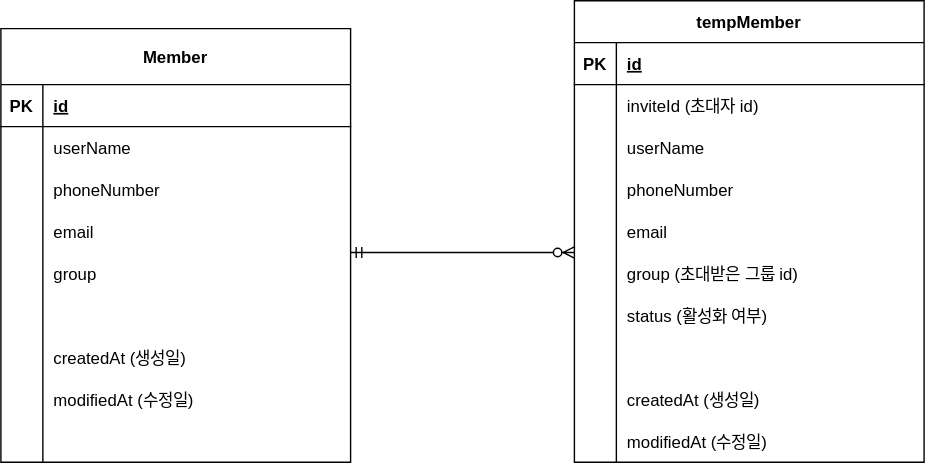
Before: document/reservetable-erd.svg, a diagram exported from draw.io (hyerinnn/reservetable). Source tidied: cells renumbered, new cells last; positions are measured from the earlier drawing's top-left corner, leaving out a move shared by most shapes.
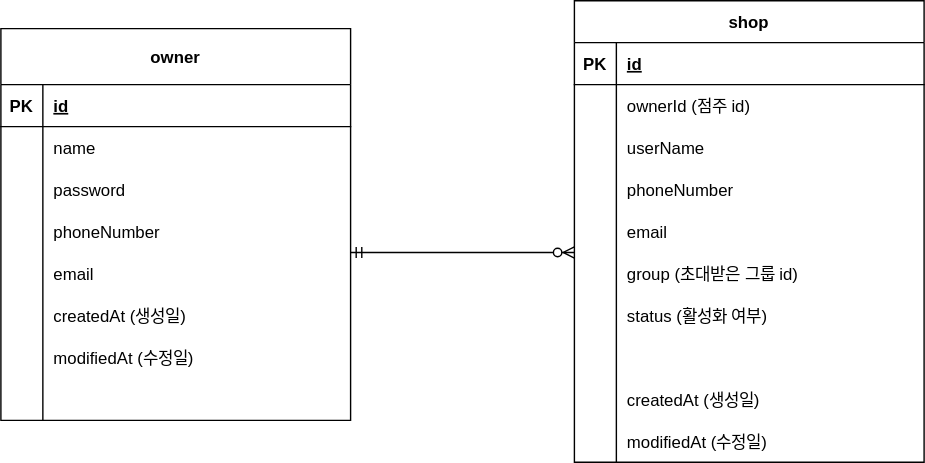
After the change.

What changed in the source:
```diff
@@ -2,8 +2,8 @@
   <root>
     <mxCell id="0" />
     <mxCell id="1" parent="0" />
-    <mxCell id="2" value="Member" style="shape=table;startSize=40;rowLines=0;fontStyle=1;align=center;" parent="1" vertex="1">
-      <mxGeometry y="20" width="250" height="310" as="geometry" />
+    <mxCell id="2" value="owner" style="shape=table;startSize=40;rowLines=0;fontStyle=1;align=center;" parent="1" vertex="1">
+      <mxGeometry y="20" width="250" height="280" as="geometry" />
     </mxCell>
     <mxCell id="3" style="shape=partialRectangle;fillColor=none;top=0;left=0;right=0;bottom=1;" parent="2" vertex="1">
       <mxGeometry y="40" width="250" height="30" as="geometry" />
@@ -20,11 +20,20 @@
     <mxCell id="7" style="shape=partialRectangle;overflow=hidden;fillColor=none;top=0;left=0;bottom=0;right=0;" parent="6" vertex="1">
       <mxGeometry width="30" height="30" as="geometry" />
     </mxCell>
-    <mxCell id="8" value="userName" style="shape=partialRectangle;overflow=hidden;fillColor=none;top=0;left=0;bottom=0;right=0;align=left;spacingLeft=6;" parent="6" vertex="1">
+    <mxCell id="8" value="name" style="shape=partialRectangle;overflow=hidden;fillColor=none;top=0;left=0;bottom=0;right=0;align=left;spacingLeft=6;" parent="6" vertex="1">
       <mxGeometry x="30" width="220" height="30" as="geometry" />
     </mxCell>
+    <mxCell id="62" style="shape=partialRectangle;fillColor=none;top=0;left=0;right=0;bottom=0;" parent="2" vertex="1">
+      <mxGeometry y="100" width="250" height="30" as="geometry" />
+    </mxCell>
+    <mxCell id="63" style="shape=partialRectangle;overflow=hidden;fillColor=none;top=0;left=0;bottom=0;right=0;" parent="62" vertex="1">
+      <mxGeometry width="30" height="30" as="geometry" />
+    </mxCell>
+    <mxCell id="64" value="password" style="shape=partialRectangle;overflow=hidden;fillColor=none;top=0;left=0;bottom=0;right=0;align=left;spacingLeft=6;" parent="62" vertex="1">
+      <mxGeometry x="30" width="220" height="30" as="geometry" />
+    </mxCell>
     <mxCell id="9" style="shape=partialRectangle;fillColor=none;top=0;left=0;right=0;bottom=0;" parent="2" vertex="1">
-      <mxGeometry y="100" width="250" height="30" as="geometry" />
+      <mxGeometry y="130" width="250" height="30" as="geometry" />
     </mxCell>
     <mxCell id="10" style="shape=partialRectangle;overflow=hidden;fillColor=none;top=0;left=0;bottom=0;right=0;" parent="9" vertex="1">
       <mxGeometry width="30" height="30" as="geometry" />
@@ -33,7 +42,7 @@
       <mxGeometry x="30" width="220" height="30" as="geometry" />
     </mxCell>
     <mxCell id="12" style="shape=partialRectangle;fillColor=none;top=0;left=0;right=0;bottom=0;" parent="2" vertex="1">
-      <mxGeometry y="130" width="250" height="30" as="geometry" />
+      <mxGeometry y="160" width="250" height="30" as="geometry" />
     </mxCell>
     <mxCell id="13" style="shape=partialRectangle;overflow=hidden;fillColor=none;top=0;left=0;bottom=0;right=0;" parent="12" vertex="1">
       <mxGeometry width="30" height="30" as="geometry" />
@@ -41,26 +50,8 @@
     <mxCell id="14" value="email" style="shape=partialRectangle;overflow=hidden;fillColor=none;top=0;left=0;bottom=0;right=0;align=left;spacingLeft=6;" parent="12" vertex="1">
       <mxGeometry x="30" width="220" height="30" as="geometry" />
     </mxCell>
-    <mxCell id="15" style="shape=partialRectangle;fillColor=none;top=0;left=0;right=0;bottom=0;" parent="2" vertex="1">
-      <mxGeometry y="160" width="250" height="30" as="geometry" />
-    </mxCell>
-    <mxCell id="16" style="shape=partialRectangle;overflow=hidden;fillColor=none;top=0;left=0;bottom=0;right=0;" parent="15" vertex="1">
-      <mxGeometry width="30" height="30" as="geometry" />
-    </mxCell>
-    <mxCell id="17" value="group" style="shape=partialRectangle;overflow=hidden;fillColor=none;top=0;left=0;bottom=0;right=0;align=left;spacingLeft=6;" parent="15" vertex="1">
-      <mxGeometry x="30" width="220" height="30" as="geometry" />
-    </mxCell>
-    <mxCell id="18" style="shape=partialRectangle;fillColor=none;top=0;left=0;right=0;bottom=0;" parent="2" vertex="1">
-      <mxGeometry y="190" width="250" height="30" as="geometry" />
-    </mxCell>
-    <mxCell id="19" style="shape=partialRectangle;overflow=hidden;fillColor=none;top=0;left=0;bottom=0;right=0;" parent="18" vertex="1">
-      <mxGeometry width="30" height="30" as="geometry" />
-    </mxCell>
-    <mxCell id="20" style="shape=partialRectangle;overflow=hidden;fillColor=none;top=0;left=0;bottom=0;right=0;align=left;spacingLeft=6;" parent="18" vertex="1">
-      <mxGeometry x="30" width="220" height="30" as="geometry" />
-    </mxCell>
     <mxCell id="21" style="shape=partialRectangle;fillColor=none;top=0;left=0;right=0;bottom=0;" parent="2" vertex="1">
-      <mxGeometry y="220" width="250" height="30" as="geometry" />
+      <mxGeometry y="190" width="250" height="30" as="geometry" />
     </mxCell>
     <mxCell id="22" style="shape=partialRectangle;overflow=hidden;fillColor=none;top=0;left=0;bottom=0;right=0;" parent="21" vertex="1">
       <mxGeometry width="30" height="30" as="geometry" />
@@ -69,7 +60,7 @@
       <mxGeometry x="30" width="220" height="30" as="geometry" />
     </mxCell>
     <mxCell id="24" style="shape=partialRectangle;fillColor=none;top=0;left=0;right=0;bottom=0;" parent="2" vertex="1">
-      <mxGeometry y="250" width="250" height="30" as="geometry" />
+      <mxGeometry y="220" width="250" height="30" as="geometry" />
     </mxCell>
     <mxCell id="25" style="shape=partialRectangle;overflow=hidden;fillColor=none;top=0;left=0;bottom=0;right=0;" parent="24" vertex="1">
       <mxGeometry width="30" height="30" as="geometry" />
@@ -78,7 +69,7 @@
       <mxGeometry x="30" width="220" height="30" as="geometry" />
     </mxCell>
     <mxCell id="27" style="shape=partialRectangle;fillColor=none;top=0;left=0;right=0;bottom=0;" parent="2" vertex="1">
-      <mxGeometry y="280" width="250" height="30" as="geometry" />
+      <mxGeometry y="250" width="250" height="30" as="geometry" />
     </mxCell>
     <mxCell id="28" style="shape=partialRectangle;overflow=hidden;fillColor=none;top=0;left=0;bottom=0;right=0;" parent="27" vertex="1">
       <mxGeometry width="30" height="30" as="geometry" />
@@ -86,7 +77,7 @@
     <mxCell id="29" style="shape=partialRectangle;overflow=hidden;fillColor=none;top=0;left=0;bottom=0;right=0;align=left;spacingLeft=6;" parent="27" vertex="1">
       <mxGeometry x="30" width="220" height="30" as="geometry" />
     </mxCell>
-    <mxCell id="30" value="tempMember" style="shape=table;startSize=30;rowLines=0;fontStyle=1;align=center;" parent="1" vertex="1">
+    <mxCell id="30" value="shop" style="shape=table;startSize=30;rowLines=0;fontStyle=1;align=center;" parent="1" vertex="1">
       <mxGeometry x="410" width="250" height="330" as="geometry" />
     </mxCell>
     <mxCell id="31" style="shape=partialRectangle;fillColor=none;top=0;left=0;right=0;bottom=1;" parent="30" vertex="1">
@@ -104,7 +95,7 @@
     <mxCell id="35" style="shape=partialRectangle;overflow=hidden;fillColor=none;top=0;left=0;bottom=0;right=0;" parent="34" vertex="1">
       <mxGeometry width="30" height="30" as="geometry" />
     </mxCell>
-    <mxCell id="36" value="inviteId (초대자 id)" style="shape=partialRectangle;overflow=hidden;fillColor=none;top=0;left=0;bottom=0;right=0;align=left;spacingLeft=6;" parent="34" vertex="1">
+    <mxCell id="36" value="ownerId (점주 id)" style="shape=partialRectangle;overflow=hidden;fillColor=none;top=0;left=0;bottom=0;right=0;align=left;spacingLeft=6;" parent="34" vertex="1">
       <mxGeometry x="30" width="220" height="30" as="geometry" />
     </mxCell>
     <mxCell id="37" style="shape=partialRectangle;fillColor=none;top=0;left=0;right=0;bottom=0;" parent="30" vertex="1">
```
